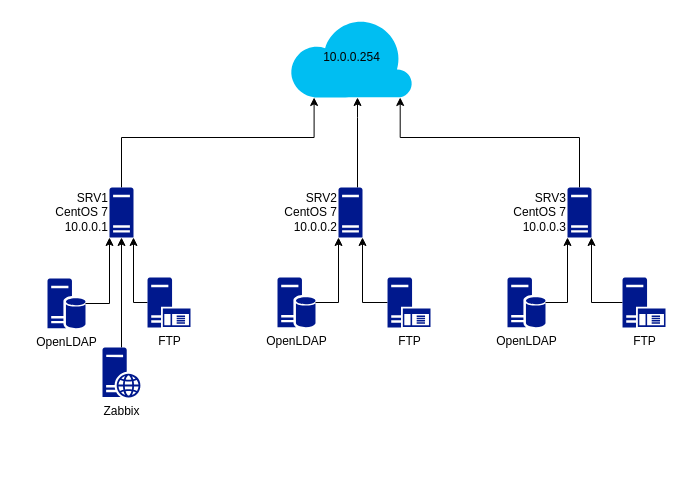
Earlier version of the draw.io diagram los_infra.drawio (LPresence/TPopensource). Source tidied: cells renumbered, new cells numbered last; positions are measured from the earlier drawing's top-left corner, leaving out a move shared by most shapes. Both pictures are drawn from the tidied source at 100%, with x=0, y=0 at pixel (47, 17).
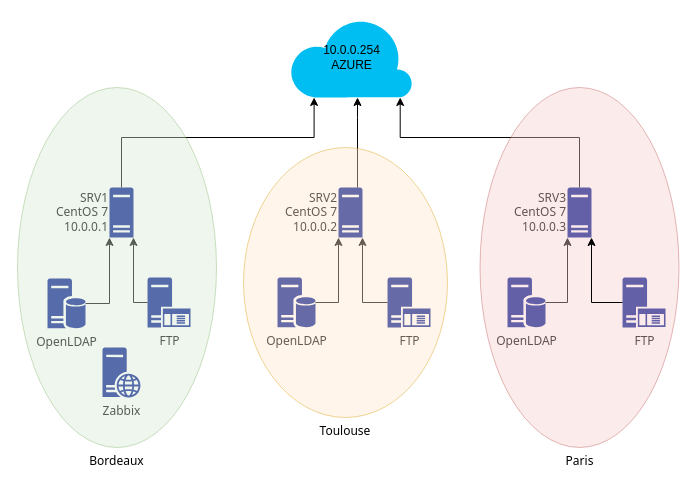
Above is the later version.

The edit, as a diff of the source:
```diff
@@
-    <mxCell id="2" value="10.0.0.254" style="verticalLabelPosition=middle;html=1;verticalAlign=middle;align=center;strokeColor=none;fillColor=#00BEF2;shape=mxgraph.azure.cloud;labelPosition=center;" parent="1" vertex="1">
+    <mxCell id="2" value="10.0.0.254&lt;br&gt;AZURE" style="verticalLabelPosition=middle;html=1;verticalAlign=middle;align=center;strokeColor=none;fillColor=#00BEF2;shape=mxgraph.azure.cloud;labelPosition=center;" parent="1" vertex="1">
       <mxGeometry x="242" width="123" height="80" as="geometry" />
     </mxCell>
-    <mxCell id="3" style="edgeStyle=orthogonalEdgeStyle;rounded=0;jettySize=auto;html=1;entryX=0.2;entryY=1;entryDx=0;entryDy=0;entryPerimeter=0;" parent="1" edge="1" source="4" target="2">
+    <mxCell id="3" style="edgeStyle=orthogonalEdgeStyle;rounded=0;jettySize=auto;html=1;entryX=0.2;entryY=1;entryDx=0;entryDy=0;entryPerimeter=0;fontFamily=Tahoma;" parent="1" edge="1" source="4" target="2">
       <mxGeometry relative="1" as="geometry">
         <Array as="points">
           <mxPoint x="74" y="120" />
           <mxPoint x="267" y="120" />
         </Array>
       </mxGeometry>
     </mxCell>
-    <mxCell id="4" value="SRV1&lt;br&gt;CentOS 7&lt;br&gt;10.0.0.1" style="shadow=0;dashed=0;html=1;strokeColor=none;labelPosition=left;verticalLabelPosition=middle;verticalAlign=middle;align=right;fillColor=#00188D;shape=mxgraph.mscae.enterprise.server_generic;" parent="1" vertex="1">
+    <mxCell id="4" value="SRV1&lt;br&gt;CentOS 7&lt;br&gt;10.0.0.1" style="shadow=0;dashed=0;html=1;strokeColor=none;labelPosition=left;verticalLabelPosition=middle;verticalAlign=middle;align=right;fillColor=#00188D;shape=mxgraph.mscae.enterprise.server_generic;fontFamily=Tahoma;" parent="1" vertex="1">
       <mxGeometry x="62" y="170" width="24" height="50" as="geometry" />
     </mxCell>
-    <mxCell id="5" style="edgeStyle=orthogonalEdgeStyle;rounded=0;jettySize=auto;html=1;" parent="1" edge="1" source="6" target="2">
+    <mxCell id="5" style="edgeStyle=orthogonalEdgeStyle;rounded=0;jettySize=auto;html=1;fontFamily=Tahoma;" parent="1" edge="1" source="6" target="2">
       <mxGeometry relative="1" as="geometry">
         <Array as="points">
           <mxPoint x="310" y="100" />
           <mxPoint x="310" y="100" />
         </Array>
       </mxGeometry>
     </mxCell>
-    <mxCell id="6" value="SRV2&lt;br&gt;CentOS 7&lt;br&gt;10.0.0.2" style="shadow=0;dashed=0;html=1;strokeColor=none;labelPosition=left;verticalLabelPosition=middle;verticalAlign=middle;align=right;fillColor=#00188D;shape=mxgraph.mscae.enterprise.server_generic;" parent="1" vertex="1">
+    <mxCell id="6" value="SRV2&lt;br&gt;CentOS 7&lt;br&gt;10.0.0.2" style="shadow=0;dashed=0;html=1;strokeColor=none;labelPosition=left;verticalLabelPosition=middle;verticalAlign=middle;align=right;fillColor=#00188D;shape=mxgraph.mscae.enterprise.server_generic;fontFamily=Tahoma;" parent="1" vertex="1">
       <mxGeometry x="291" y="170" width="24" height="50" as="geometry" />
     </mxCell>
-    <mxCell id="7" style="edgeStyle=orthogonalEdgeStyle;rounded=0;jettySize=auto;html=1;entryX=0.9;entryY=1;entryDx=0;entryDy=0;entryPerimeter=0;" parent="1" edge="1" source="8" target="2">
+    <mxCell id="7" style="edgeStyle=orthogonalEdgeStyle;rounded=0;jettySize=auto;html=1;entryX=0.9;entryY=1;entryDx=0;entryDy=0;entryPerimeter=0;fontFamily=Tahoma;" parent="1" edge="1" source="8" target="2">
       <mxGeometry relative="1" as="geometry">
         <Array as="points">
           <mxPoint x="532" y="120" />
           <mxPoint x="353" y="120" />
         </Array>
       </mxGeometry>
     </mxCell>
-    <mxCell id="8" value="SRV3&lt;br&gt;CentOS 7&lt;br&gt;10.0.0.3" style="shadow=0;dashed=0;html=1;strokeColor=none;labelPosition=left;verticalLabelPosition=middle;verticalAlign=middle;align=right;fillColor=#00188D;shape=mxgraph.mscae.enterprise.server_generic;" parent="1" vertex="1">
+    <mxCell id="8" value="SRV3&lt;br&gt;CentOS 7&lt;br&gt;10.0.0.3" style="shadow=0;dashed=0;html=1;strokeColor=none;labelPosition=left;verticalLabelPosition=middle;verticalAlign=middle;align=right;fillColor=#00188D;shape=mxgraph.mscae.enterprise.server_generic;fontFamily=Tahoma;" parent="1" vertex="1">
       <mxGeometry x="520" y="170" width="24" height="50" as="geometry" />
     </mxCell>
-    <mxCell id="9" style="edgeStyle=orthogonalEdgeStyle;rounded=0;jettySize=auto;html=1;entryX=0;entryY=1;entryDx=0;entryDy=0;entryPerimeter=0;" parent="1" edge="1" source="10" target="4">
+    <mxCell id="9" style="edgeStyle=orthogonalEdgeStyle;rounded=0;jettySize=auto;html=1;entryX=0;entryY=1;entryDx=0;entryDy=0;entryPerimeter=0;fontFamily=Tahoma;" parent="1" edge="1" source="10" target="4">
       <mxGeometry relative="1" as="geometry" />
     </mxCell>
-    <mxCell id="10" value="OpenLDAP" style="shadow=0;dashed=0;html=1;strokeColor=none;labelPosition=center;verticalLabelPosition=bottom;verticalAlign=top;align=center;fillColor=#00188D;shape=mxgraph.mscae.enterprise.database_server;" parent="1" vertex="1">
+    <mxCell id="10" value="OpenLDAP" style="shadow=0;dashed=0;html=1;strokeColor=none;labelPosition=center;verticalLabelPosition=bottom;verticalAlign=top;align=center;fillColor=#00188D;shape=mxgraph.mscae.enterprise.database_server;fontFamily=Tahoma;" parent="1" vertex="1">
       <mxGeometry y="261" width="38" height="50" as="geometry" />
     </mxCell>
-    <mxCell id="11" style="edgeStyle=orthogonalEdgeStyle;rounded=0;jettySize=auto;html=1;entryX=0;entryY=1;entryDx=0;entryDy=0;entryPerimeter=0;" parent="1" edge="1" source="12" target="6">
+    <mxCell id="11" style="edgeStyle=orthogonalEdgeStyle;rounded=0;jettySize=auto;html=1;entryX=0;entryY=1;entryDx=0;entryDy=0;entryPerimeter=0;fontFamily=Tahoma;" parent="1" edge="1" source="12" target="6">
       <mxGeometry relative="1" as="geometry" />
     </mxCell>
-    <mxCell id="12" value="OpenLDAP" style="shadow=0;dashed=0;html=1;strokeColor=none;labelPosition=center;verticalLabelPosition=bottom;verticalAlign=top;align=center;fillColor=#00188D;shape=mxgraph.mscae.enterprise.database_server;" parent="1" vertex="1">
+    <mxCell id="12" value="OpenLDAP" style="shadow=0;dashed=0;html=1;strokeColor=none;labelPosition=center;verticalLabelPosition=bottom;verticalAlign=top;align=center;fillColor=#00188D;shape=mxgraph.mscae.enterprise.database_server;fontFamily=Tahoma;" parent="1" vertex="1">
       <mxGeometry x="230" y="260" width="38" height="50" as="geometry" />
     </mxCell>
-    <mxCell id="13" style="edgeStyle=orthogonalEdgeStyle;rounded=0;jettySize=auto;html=1;entryX=0;entryY=1;entryDx=0;entryDy=0;entryPerimeter=0;" parent="1" edge="1" source="14" target="8">
+    <mxCell id="13" style="edgeStyle=orthogonalEdgeStyle;rounded=0;jettySize=auto;html=1;entryX=0;entryY=1;entryDx=0;entryDy=0;entryPerimeter=0;fontFamily=Tahoma;" parent="1" edge="1" source="14" target="8">
       <mxGeometry relative="1" as="geometry" />
     </mxCell>
-    <mxCell id="14" value="OpenLDAP" style="shadow=0;dashed=0;html=1;strokeColor=none;labelPosition=center;verticalLabelPosition=bottom;verticalAlign=top;align=center;fillColor=#00188D;shape=mxgraph.mscae.enterprise.database_server;" parent="1" vertex="1">
+    <mxCell id="14" value="OpenLDAP" style="shadow=0;dashed=0;html=1;strokeColor=none;labelPosition=center;verticalLabelPosition=bottom;verticalAlign=top;align=center;fillColor=#00188D;shape=mxgraph.mscae.enterprise.database_server;fontFamily=Tahoma;" parent="1" vertex="1">
       <mxGeometry x="460" y="260" width="38" height="50" as="geometry" />
     </mxCell>
-    <mxCell id="15" style="edgeStyle=orthogonalEdgeStyle;rounded=0;jettySize=auto;html=1;entryX=1;entryY=1;entryDx=0;entryDy=0;entryPerimeter=0;" parent="1" edge="1" source="16" target="4">
+    <mxCell id="15" style="edgeStyle=orthogonalEdgeStyle;rounded=0;jettySize=auto;html=1;entryX=1;entryY=1;entryDx=0;entryDy=0;entryPerimeter=0;fontFamily=Tahoma;" parent="1" edge="1" source="16" target="4">
       <mxGeometry relative="1" as="geometry">
         <Array as="points">
           <mxPoint x="86" y="285" />
         </Array>
       </mxGeometry>
     </mxCell>
-    <mxCell id="16" value="FTP" style="shadow=0;dashed=0;html=1;strokeColor=none;labelPosition=center;verticalLabelPosition=bottom;verticalAlign=top;align=center;fillColor=#00188D;shape=mxgraph.mscae.enterprise.application_server;" parent="1" vertex="1">
+    <mxCell id="16" value="FTP" style="shadow=0;dashed=0;html=1;strokeColor=none;labelPosition=center;verticalLabelPosition=bottom;verticalAlign=top;align=center;fillColor=#00188D;shape=mxgraph.mscae.enterprise.application_server;fontFamily=Tahoma;" parent="1" vertex="1">
       <mxGeometry x="100" y="260" width="43" height="50" as="geometry" />
     </mxCell>
-    <mxCell id="17" style="edgeStyle=orthogonalEdgeStyle;rounded=0;jettySize=auto;html=1;entryX=1;entryY=1;entryDx=0;entryDy=0;entryPerimeter=0;" parent="1" edge="1" source="18" target="6">
+    <mxCell id="17" style="edgeStyle=orthogonalEdgeStyle;rounded=0;jettySize=auto;html=1;entryX=1;entryY=1;entryDx=0;entryDy=0;entryPerimeter=0;fontFamily=Tahoma;" parent="1" edge="1" source="18" target="6">
       <mxGeometry relative="1" as="geometry" />
     </mxCell>
-    <mxCell id="18" value="FTP" style="shadow=0;dashed=0;html=1;strokeColor=none;labelPosition=center;verticalLabelPosition=bottom;verticalAlign=top;align=center;fillColor=#00188D;shape=mxgraph.mscae.enterprise.application_server;" parent="1" vertex="1">
+    <mxCell id="18" value="FTP" style="shadow=0;dashed=0;html=1;strokeColor=none;labelPosition=center;verticalLabelPosition=bottom;verticalAlign=top;align=center;fillColor=#00188D;shape=mxgraph.mscae.enterprise.application_server;fontFamily=Tahoma;" parent="1" vertex="1">
       <mxGeometry x="340" y="260" width="43" height="50" as="geometry" />
     </mxCell>
+    <mxCell id="20" value="FTP" style="shadow=0;dashed=0;html=1;strokeColor=none;labelPosition=center;verticalLabelPosition=bottom;verticalAlign=top;align=center;fillColor=#00188D;shape=mxgraph.mscae.enterprise.application_server;fontFamily=Tahoma;" parent="1" vertex="1">
+      <mxGeometry x="575" y="260" width="43" height="50" as="geometry" />
+    </mxCell>
+    <mxCell id="22" value="Zabbix" style="shadow=0;dashed=0;html=1;strokeColor=none;labelPosition=center;verticalLabelPosition=bottom;verticalAlign=top;align=center;fillColor=#00188D;shape=mxgraph.mscae.enterprise.web_server;fontFamily=Tahoma;" parent="1" vertex="1">
+      <mxGeometry x="55" y="330" width="38" height="50" as="geometry" />
+    </mxCell>
+    <mxCell id="23" value="Bordeaux" style="ellipse;whiteSpace=wrap;html=1;fillColor=#d5e8d4;strokeColor=#82b366;opacity=40;labelPosition=center;verticalLabelPosition=bottom;align=center;verticalAlign=top;fontFamily=Tahoma;" parent="1" vertex="1">
+      <mxGeometry x="-30" y="70" width="199" height="360" as="geometry" />
+    </mxCell>
+    <mxCell id="24" value="Toulouse" style="ellipse;whiteSpace=wrap;html=1;fillColor=#ffe6cc;strokeColor=#d79b00;opacity=40;labelPosition=center;verticalLabelPosition=bottom;align=center;verticalAlign=top;fontFamily=Tahoma;" parent="1" vertex="1">
+      <mxGeometry x="196" y="130" width="204" height="270" as="geometry" />
+    </mxCell>
+    <mxCell id="25" value="Paris" style="ellipse;whiteSpace=wrap;html=1;fillColor=#f8cecc;strokeColor=#b85450;opacity=40;labelPosition=center;verticalLabelPosition=bottom;align=center;verticalAlign=top;fontFamily=Tahoma;" parent="1" vertex="1">
+      <mxGeometry x="432.5" y="70" width="199" height="360" as="geometry" />
+    </mxCell>
-    <mxCell id="19" style="edgeStyle=orthogonalEdgeStyle;rounded=0;jettySize=auto;html=1;entryX=1;entryY=1;entryDx=0;entryDy=0;entryPerimeter=0;" parent="1" edge="1" source="20" target="8">
+    <mxCell id="19" style="edgeStyle=orthogonalEdgeStyle;rounded=0;jettySize=auto;html=1;fontFamily=Tahoma;entryX=1;entryY=1;entryDx=0;entryDy=0;entryPerimeter=0;" parent="1" edge="1" source="20" target="8">
       <mxGeometry relative="1" as="geometry" />
     </mxCell>
-    <mxCell id="20" value="FTP" style="shadow=0;dashed=0;html=1;strokeColor=none;labelPosition=center;verticalLabelPosition=bottom;verticalAlign=top;align=center;fillColor=#00188D;shape=mxgraph.mscae.enterprise.application_server;" parent="1" vertex="1">
-      <mxGeometry x="575" y="260" width="43" height="50" as="geometry" />
-    </mxCell>
-    <mxCell id="21" style="edgeStyle=orthogonalEdgeStyle;rounded=0;jettySize=auto;html=1;entryX=0.5;entryY=1;entryDx=0;entryDy=0;entryPerimeter=0;" parent="1" edge="1" source="22" target="4">
-      <mxGeometry relative="1" as="geometry" />
-    </mxCell>
-    <mxCell id="22" value="Zabbix" style="shadow=0;dashed=0;html=1;strokeColor=none;labelPosition=center;verticalLabelPosition=bottom;verticalAlign=top;align=center;fillColor=#00188D;shape=mxgraph.mscae.enterprise.web_server;" parent="1" vertex="1">
-      <mxGeometry x="55" y="330" width="38" height="50" as="geometry" />
-    </mxCell>
```
